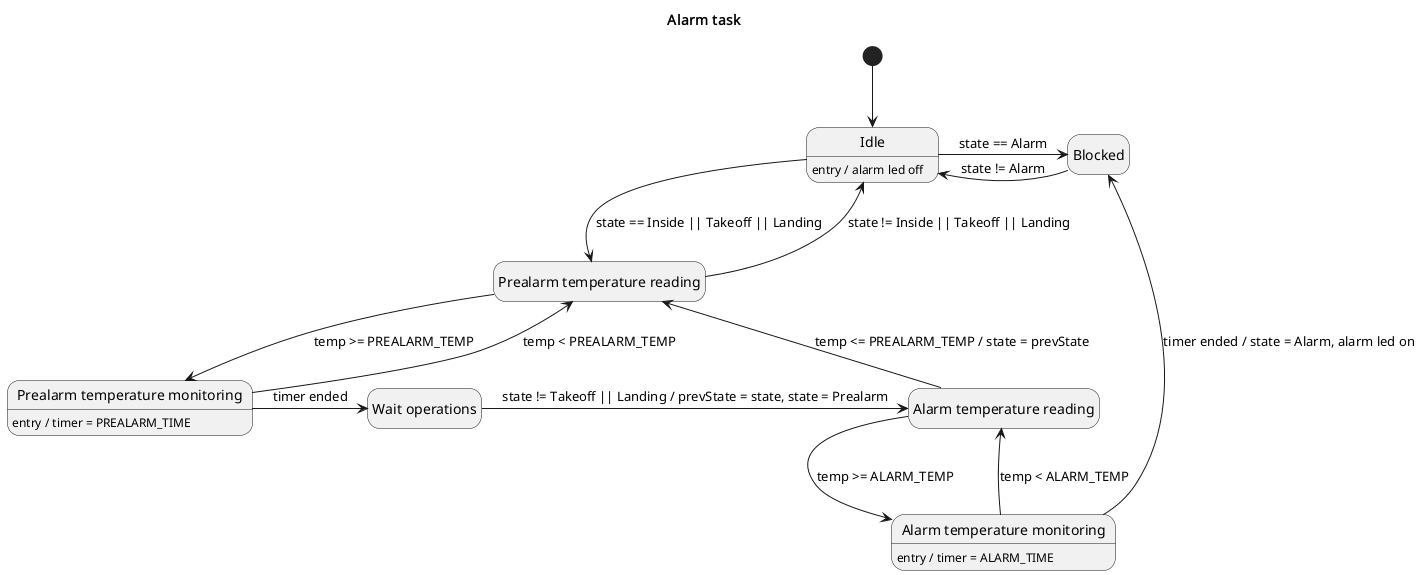
Earlier version of the PlantUML export assignments/02-sdh/docs/tasks/alarm.png (the-real-deal/unibo-iot-didospita). Source of this version:
```plantuml
@startuml AlarmTask
hide empty description

title "Alarm task"

state start <<start>>

state "Idle" as idle
idle : entry / alarm led off

state "Blocked" as blocked

state "Prealarm temperature reading" as prealarmTempReading

state "Prealarm temperature monitoring" as prealarmTempMonitoring
prealarmTempMonitoring : entry / timer = PREALARM_TIME

state "Wait operations" as waitOperations

state "Alarm temperature reading" as alarmTempReading

state "Alarm temperature monitoring" as alarmTempMonitoring
alarmTempMonitoring : entry / timer = ALARM_TIME

start -d-> idle

idle -r-> blocked : state == Alarm
blocked -l-> idle : state != Alarm

idle -d-> prealarmTempReading : state == Inside || Takeoff || Landing

prealarmTempReading -d-> prealarmTempMonitoring : temp >= PREALARM_TEMP
prealarmTempReading -u-> idle : state != Inside || Takeoff || Landing
prealarmTempMonitoring -u-> prealarmTempReading : temp < PREALARM_TEMP
prealarmTempMonitoring -r-> waitOperations : timer ended

waitOperations -r-> alarmTempReading : state != Takeoff || Landing / prevState = state, state = Prealarm

alarmTempReading -d-> alarmTempMonitoring : temp >= ALARM_TEMP
alarmTempReading -l-> prealarmTempReading : temp <= PREALARM_TEMP / state = prevState
alarmTempMonitoring -u-> alarmTempReading : temp < ALARM_TEMP
alarmTempMonitoring -u-> blocked : timer ended / state = Alarm, alarm led on

@enduml
```
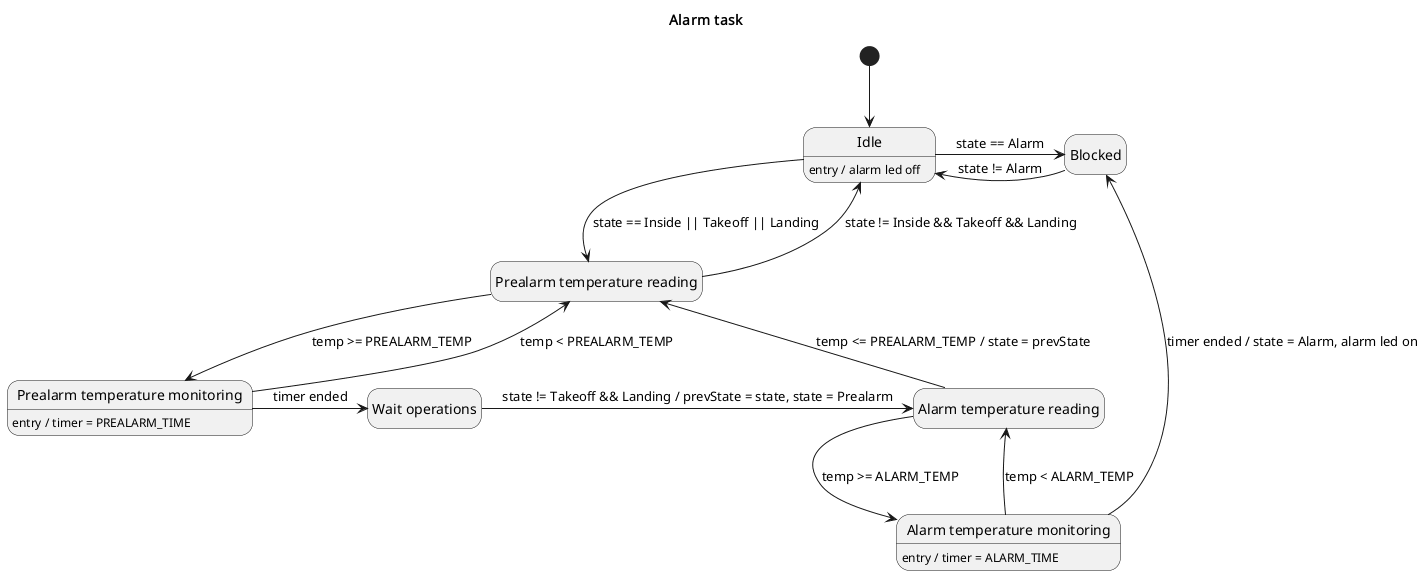
The same file after the commit.

What changed in the source:
```diff
@@ -30,11 +30,11 @@
 idle -d-> prealarmTempReading : state == Inside || Takeoff || Landing
 
 prealarmTempReading -d-> prealarmTempMonitoring : temp >= PREALARM_TEMP
-prealarmTempReading -u-> idle : state != Inside || Takeoff || Landing
+prealarmTempReading -u-> idle : state != Inside && Takeoff && Landing
 prealarmTempMonitoring -u-> prealarmTempReading : temp < PREALARM_TEMP
 prealarmTempMonitoring -r-> waitOperations : timer ended
 
-waitOperations -r-> alarmTempReading : state != Takeoff || Landing / prevState = state, state = Prealarm
+waitOperations -r-> alarmTempReading : state != Takeoff && Landing / prevState = state, state = Prealarm
 
 alarmTempReading -d-> alarmTempMonitoring : temp >= ALARM_TEMP
 alarmTempReading -l-> prealarmTempReading : temp <= PREALARM_TEMP / state = prevState
```
